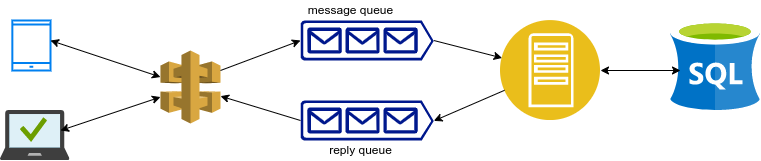
sderohan/todo-eda-go keeps this draw.io diagram as system-design.drawio.png. Above is the earlier version. Source tidied: cells renumbered, new cells last; positions are measured from the earlier drawing's top-left corner, leaving out a move shared by most shapes.
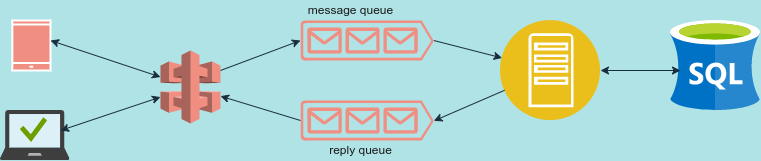
After the commit.

Diff of the diagram source:
```diff
@@ -1,64 +1,64 @@
-<mxGraphModel background="#FFFFFF">
+<mxGraphModel background="#B0E3E6">
   <root>
     <mxCell id="0" />
     <mxCell id="1" parent="0" />
-    <mxCell id="2" style="html=1;verticalLabelPosition=bottom;align=center;labelBackgroundColor=#ffffff;verticalAlign=top;strokeWidth=2;strokeColor=#0080F0;shadow=0;dashed=0;shape=mxgraph.ios7.icons.smartphone;" parent="1" vertex="1">
+    <mxCell id="2" style="html=1;verticalLabelPosition=bottom;align=center;labelBackgroundColor=#B0E3E6;verticalAlign=top;strokeWidth=2;strokeColor=#FFFFFF;shadow=0;dashed=0;shape=mxgraph.ios7.icons.smartphone;fillColor=#F08E81;fontColor=#1A1A1A;" parent="1" vertex="1">
       <mxGeometry x="11.8" y="20" width="38.2" height="50" as="geometry" />
     </mxCell>
-    <mxCell id="3" style="sketch=0;html=1;align=center;image;fontSize=12;image=img/lib/mscae/Managed_Desktop.svg;" parent="1" vertex="1">
+    <mxCell id="3" style="sketch=0;html=1;align=center;image;fontSize=12;image=img/lib/mscae/Managed_Desktop.svg;labelBackgroundColor=#B0E3E6;fillColor=#F08E81;strokeColor=#FFFFFF;fontColor=#1A1A1A;" parent="1" vertex="1">
       <mxGeometry y="110" width="69.5" height="50" as="geometry" />
     </mxCell>
-    <mxCell id="4" style="outlineConnect=0;dashed=0;verticalLabelPosition=bottom;verticalAlign=top;align=center;html=1;shape=mxgraph.aws3.api_gateway;fillColor=#D9A741;gradientColor=none;" parent="1" vertex="1">
+    <mxCell id="4" style="outlineConnect=0;dashed=0;verticalLabelPosition=bottom;verticalAlign=top;align=center;html=1;shape=mxgraph.aws3.api_gateway;fillColor=#F08E81;strokeColor=#FFFFFF;fontColor=#1A1A1A;" parent="1" vertex="1">
       <mxGeometry x="160" y="50" width="60" height="73" as="geometry" />
     </mxCell>
-    <mxCell id="5" style="sketch=0;shadow=0;dashed=0;html=1;strokeColor=none;labelPosition=center;verticalLabelPosition=bottom;verticalAlign=top;align=center;fillColor=#00188D;shape=mxgraph.azure.queue_generic;" parent="1" vertex="1">
+    <mxCell id="5" style="sketch=0;shadow=0;dashed=0;html=1;strokeColor=none;labelPosition=center;verticalLabelPosition=bottom;verticalAlign=top;align=center;fillColor=#F08E81;shape=mxgraph.azure.queue_generic;fontColor=#1A1A1A;" parent="1" vertex="1">
       <mxGeometry x="300" y="20" width="133.3" height="40" as="geometry" />
     </mxCell>
-    <mxCell id="6" style="perimeter=ellipsePerimeter;html=1;align=center;shadow=0;dashed=0;fontColor=#4277BB;labelBackgroundColor=#ffffff;fontSize=12;spacingTop=3;image;image=img/lib/ibm/applications/app_server.svg;" parent="1" vertex="1">
+    <mxCell id="6" style="perimeter=ellipsePerimeter;html=1;align=center;shadow=0;dashed=0;fontColor=#1A1A1A;labelBackgroundColor=#B0E3E6;fontSize=12;spacingTop=3;image;image=img/lib/ibm/applications/app_server.svg;fillColor=#F08E81;strokeColor=#FFFFFF;" parent="1" vertex="1">
       <mxGeometry x="500" y="20" width="100" height="100" as="geometry" />
     </mxCell>
-    <mxCell id="7" style="sketch=0;shadow=0;dashed=0;html=1;strokeColor=none;labelPosition=center;verticalLabelPosition=bottom;verticalAlign=top;align=center;fillColor=#00188D;shape=mxgraph.azure.queue_generic;direction=east;" parent="1" vertex="1">
+    <mxCell id="7" style="sketch=0;shadow=0;dashed=0;html=1;strokeColor=none;labelPosition=center;verticalLabelPosition=bottom;verticalAlign=top;align=center;fillColor=#F08E81;shape=mxgraph.azure.queue_generic;direction=east;fontColor=#1A1A1A;" parent="1" vertex="1">
       <mxGeometry x="300" y="100" width="133.3" height="40" as="geometry" />
     </mxCell>
-    <mxCell id="8" style="sketch=0;html=1;align=center;image;fontSize=12;image=img/lib/mscae/dep/SQL_Server_Stretch_DB.svg;" parent="1" vertex="1">
+    <mxCell id="8" style="sketch=0;html=1;align=center;image;fontSize=12;image=img/lib/mscae/dep/SQL_Server_Stretch_DB.svg;labelBackgroundColor=#B0E3E6;fillColor=#F08E81;strokeColor=#FFFFFF;fontColor=#1A1A1A;" parent="1" vertex="1">
       <mxGeometry x="670" y="20" width="90" height="90" as="geometry" />
     </mxCell>
-    <mxCell id="9" style="endArrow=classic;html=1;rounded=0;" parent="1" edge="1" target="6">
+    <mxCell id="9" style="endArrow=classic;html=1;rounded=0;labelBackgroundColor=#B0E3E6;strokeColor=#182E3E;fontColor=#1A1A1A;" parent="1" edge="1" target="6">
       <mxGeometry relative="1" as="geometry">
         <mxPoint x="433.3" y="40" as="sourcePoint" />
       </mxGeometry>
     </mxCell>
-    <mxCell id="10" style="endArrow=classic;html=1;rounded=0;entryX=1;entryY=0.51;entryDx=0;entryDy=0;entryPerimeter=0;" parent="1" edge="1" source="6" target="7">
+    <mxCell id="10" style="endArrow=classic;html=1;rounded=0;entryX=1;entryY=0.51;entryDx=0;entryDy=0;entryPerimeter=0;labelBackgroundColor=#B0E3E6;strokeColor=#182E3E;fontColor=#1A1A1A;" parent="1" edge="1" source="6" target="7">
       <mxGeometry relative="1" as="geometry" />
     </mxCell>
-    <mxCell id="11" style="endArrow=classic;startArrow=classic;html=1;rounded=0;" parent="1" edge="1" target="4">
+    <mxCell id="11" style="endArrow=classic;startArrow=classic;html=1;rounded=0;labelBackgroundColor=#B0E3E6;strokeColor=#182E3E;fontColor=#1A1A1A;" parent="1" edge="1" target="4">
       <mxGeometry relative="1" as="geometry">
         <mxPoint x="60" y="130" as="sourcePoint" />
       </mxGeometry>
     </mxCell>
-    <mxCell id="12" style="endArrow=classic;startArrow=classic;html=1;rounded=0;" parent="1" edge="1" target="4">
+    <mxCell id="12" style="endArrow=classic;startArrow=classic;html=1;rounded=0;labelBackgroundColor=#B0E3E6;strokeColor=#182E3E;fontColor=#1A1A1A;" parent="1" edge="1" target="4">
       <mxGeometry relative="1" as="geometry">
         <mxPoint x="50" y="40" as="sourcePoint" />
       </mxGeometry>
     </mxCell>
-    <mxCell id="13" style="endArrow=classic;startArrow=classic;html=1;rounded=0;" parent="1" edge="1">
+    <mxCell id="13" style="endArrow=classic;startArrow=classic;html=1;rounded=0;labelBackgroundColor=#B0E3E6;strokeColor=#182E3E;fontColor=#1A1A1A;" parent="1" edge="1">
       <mxGeometry relative="1" as="geometry">
         <mxPoint x="600" y="70" as="sourcePoint" />
         <mxPoint x="680" y="70" as="targetPoint" />
       </mxGeometry>
     </mxCell>
-    <mxCell id="14" style="endArrow=classic;html=1;rounded=0;exitX=0;exitY=0.5;exitDx=0;exitDy=0;exitPerimeter=0;" parent="1" edge="1" source="7" target="4">
+    <mxCell id="14" style="endArrow=classic;html=1;rounded=0;exitX=0;exitY=0.5;exitDx=0;exitDy=0;exitPerimeter=0;labelBackgroundColor=#B0E3E6;strokeColor=#182E3E;fontColor=#1A1A1A;" parent="1" edge="1" source="7" target="4">
       <mxGeometry relative="1" as="geometry" />
     </mxCell>
-    <mxCell id="15" style="endArrow=classic;html=1;rounded=0;entryX=0;entryY=0.5;entryDx=0;entryDy=0;entryPerimeter=0;" parent="1" edge="1" target="5">
+    <mxCell id="15" style="endArrow=classic;html=1;rounded=0;entryX=0;entryY=0.5;entryDx=0;entryDy=0;entryPerimeter=0;labelBackgroundColor=#B0E3E6;strokeColor=#182E3E;fontColor=#1A1A1A;" parent="1" edge="1" target="5">
       <mxGeometry relative="1" as="geometry">
         <mxPoint x="220" y="70" as="sourcePoint" />
       </mxGeometry>
     </mxCell>
-    <mxCell id="16" value="reply queue" style="text;html=1;align=center;verticalAlign=middle;strokeColor=none;fillColor=none;" parent="1" vertex="1">
+    <mxCell id="16" value="reply queue" style="text;html=1;align=center;verticalAlign=middle;strokeColor=none;fillColor=none;fontColor=#1A1A1A;" parent="1" vertex="1">
       <mxGeometry x="320" y="140" width="80" height="20" as="geometry" />
     </mxCell>
-    <mxCell id="17" value="message queue" style="text;html=1;align=center;verticalAlign=middle;strokeColor=none;fillColor=none;" parent="1" vertex="1">
+    <mxCell id="17" value="message queue" style="text;html=1;align=center;verticalAlign=middle;strokeColor=none;fillColor=none;fontColor=#1A1A1A;" parent="1" vertex="1">
       <mxGeometry x="300" width="100" height="20" as="geometry" />
     </mxCell>
   </root>
```
